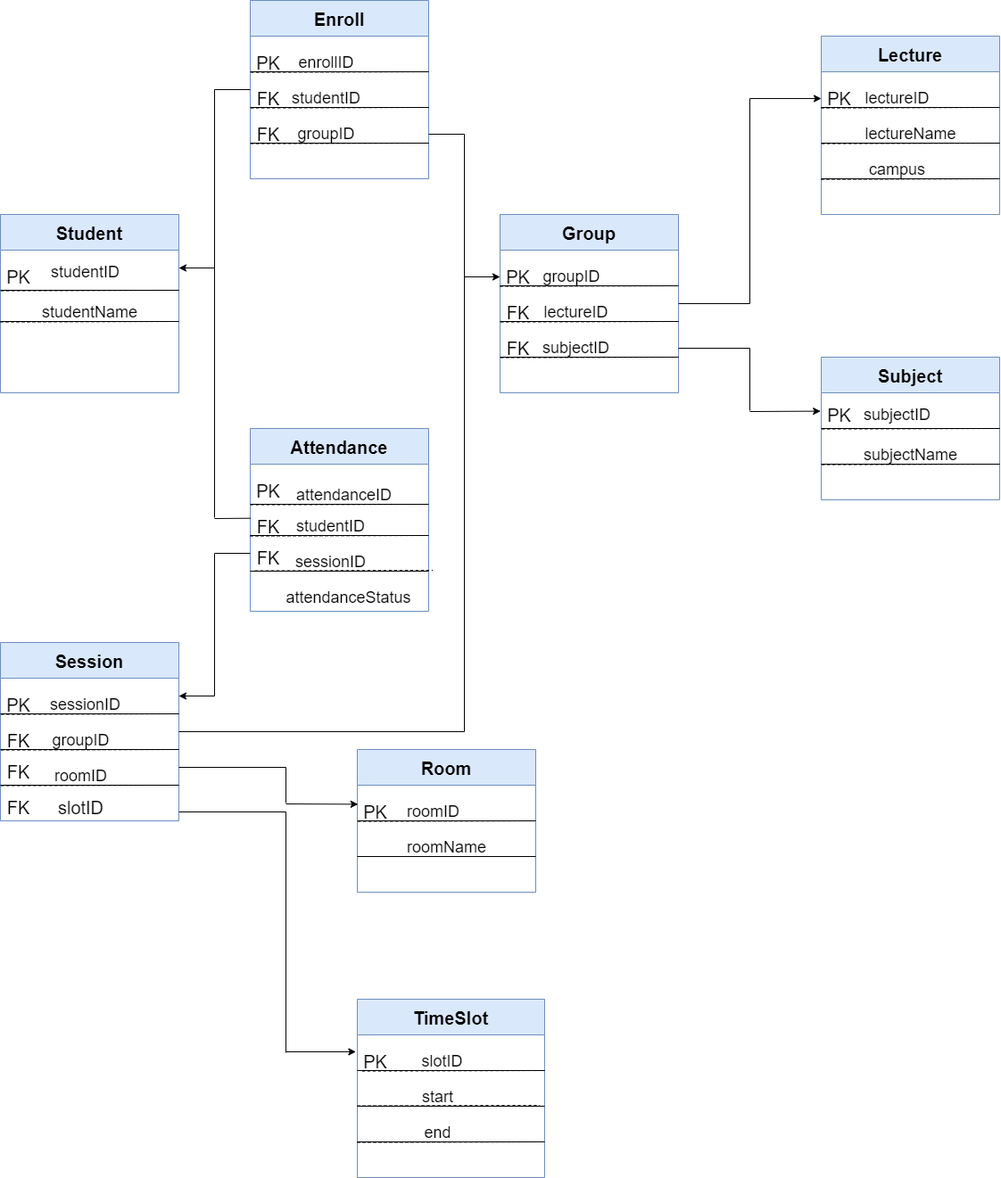
Before: document/DBI.drawio.png, a diagram exported from draw.io (dungdt23/PRJ301_MyAssignment). Source tidied: cells renumbered, new cells last; positions are measured from the earlier drawing's top-left corner, leaving out a move shared by most shapes.
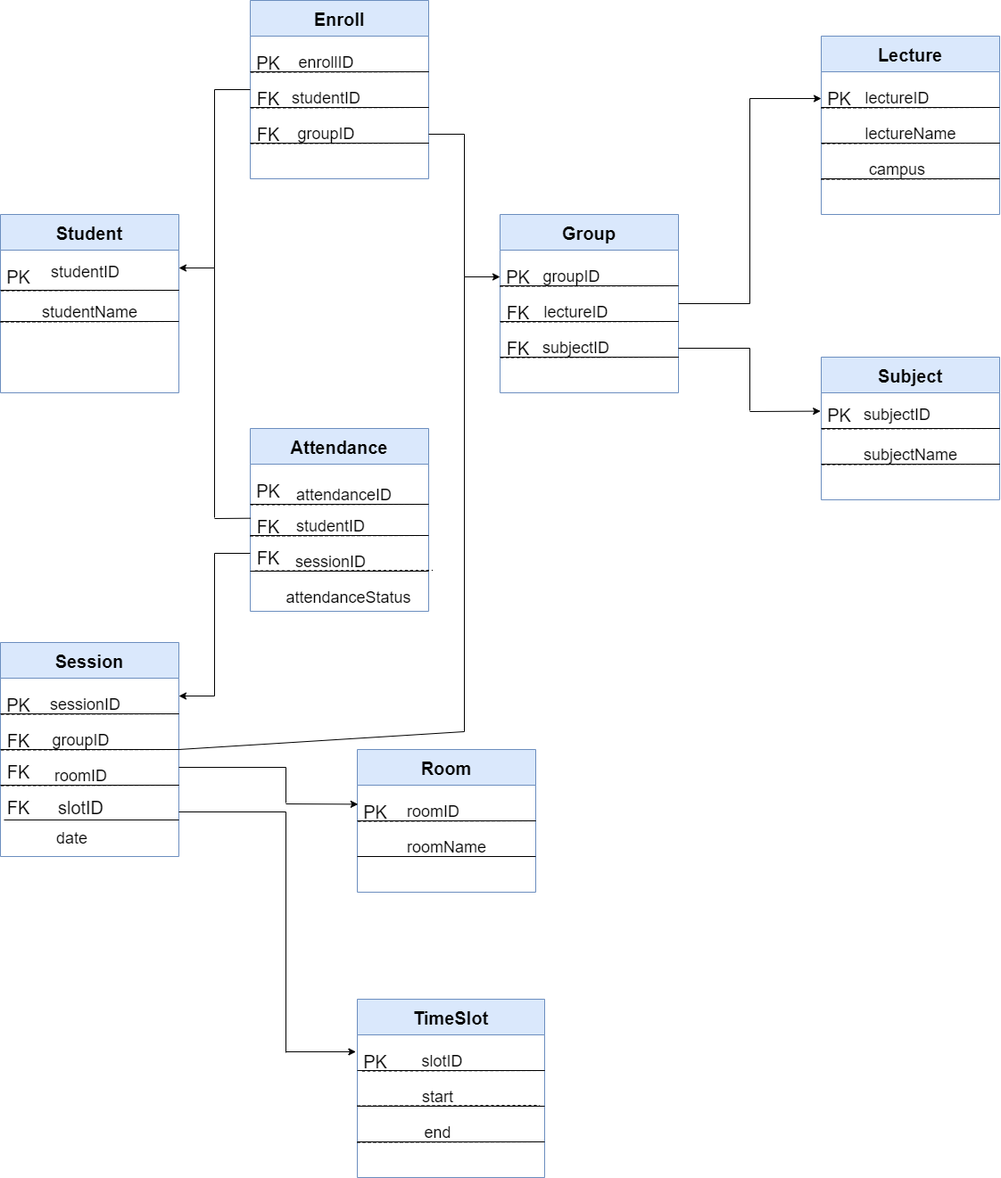
Later version of the same file.

Change to the diagram source:
```diff
@@ -381,7 +381,7 @@
       </mxGeometry>
     </mxCell>
     <mxCell id="84" value="Session" style="swimlane;startSize=40;fontSize=20;fillColor=#dae8fc;strokeColor=#6c8ebf;" parent="1" vertex="1">
-      <mxGeometry y="720" width="200" height="200" as="geometry" />
+      <mxGeometry y="720" width="200" height="240" as="geometry" />
     </mxCell>
     <mxCell id="85" value="&lt;font style=&quot;font-size: 18px;&quot;&gt;sessionID&lt;/font&gt;" style="text;html=1;align=center;verticalAlign=middle;strokeColor=none;fillColor=none;" parent="84" vertex="1">
       <mxGeometry x="50" y="60" width="90" height="20" as="geometry" />
@@ -443,6 +443,9 @@
         <mxPoint x="200" y="160" as="targetPoint" />
       </mxGeometry>
     </mxCell>
+    <mxCell id="129" value="&lt;font style=&quot;font-size: 18px;&quot;&gt;date&lt;/font&gt;" style="text;html=1;align=center;verticalAlign=middle;strokeColor=none;fillColor=none;" parent="84" vertex="1">
+      <mxGeometry x="55" y="210" width="50" height="20" as="geometry" />
+    </mxCell>
     <mxCell id="99" style="endArrow=classic;html=1;rounded=0;fontSize=20;entryX=-0.04;entryY=0.133;entryDx=0;entryDy=0;entryPerimeter=0;" parent="1" edge="1" target="76">
       <mxGeometry relative="1" as="geometry">
         <mxPoint x="320" y="1179" as="sourcePoint" />
@@ -594,5 +597,10 @@
         <mxPoint x="480" y="80" as="targetPoint" />
       </mxGeometry>
     </mxCell>
+    <mxCell id="130" style="endArrow=none;html=1;rounded=0;fontSize=18;exitX=0.1;exitY=0.967;exitDx=0;exitDy=0;exitPerimeter=0;" parent="1" edge="1" source="92">
+      <mxGeometry relative="1" as="geometry">
+        <mxPoint x="200" y="919" as="targetPoint" />
+      </mxGeometry>
+    </mxCell>
   </root>
 </mxGraphModel>
```
